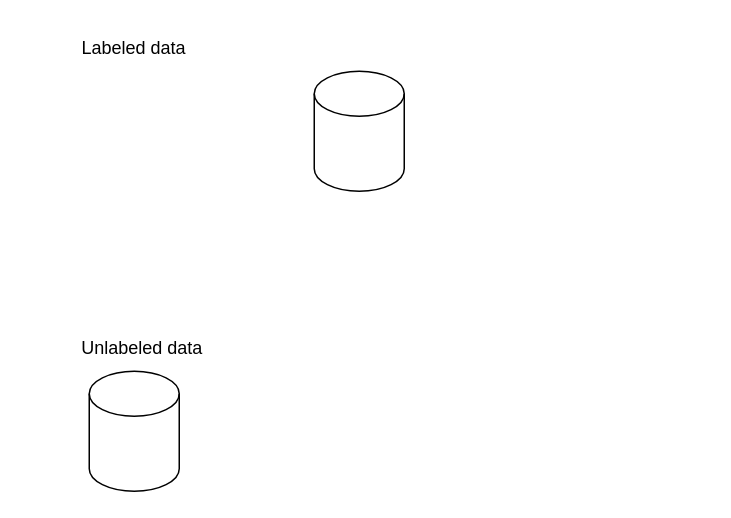
Earlier version of the draw.io diagram docs/Untitled Diagram.drawio (KamenDamov/IFT3710-Advanced-Project-in-ML-AI). Source tidied: cells renumbered, new cells numbered last; positions are measured from the earlier drawing's top-left corner, leaving out a move shared by most shapes. Both pictures are drawn from the tidied source at 150%, with x=0, y=0 at pixel (26, 26).
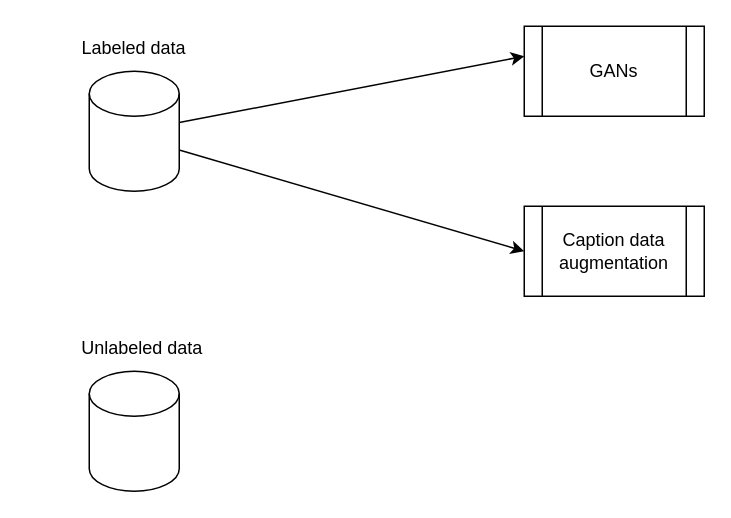
The same page after the edit.

The edit, as a diff of the source:
```diff
@@
 <mxGraphModel>
   <root>
     <mxCell id="0" />
     <mxCell id="1" parent="0" />
     <mxCell id="2" style="shape=cylinder3;whiteSpace=wrap;html=1;boundedLbl=1;backgroundOutline=1;size=15;" parent="1" vertex="1">
-      <mxGeometry x="192" y="30" width="60" height="80" as="geometry" />
+      <mxGeometry x="42" y="30" width="60" height="80" as="geometry" />
     </mxCell>
     <mxCell id="3" style="shape=cylinder3;whiteSpace=wrap;html=1;boundedLbl=1;backgroundOutline=1;size=15;" parent="1" vertex="1">
       <mxGeometry x="42" y="230" width="60" height="80" as="geometry" />
     </mxCell>
     <mxCell id="4" value="Unlabe&lt;span style=&quot;background-color: transparent; color: light-dark(rgb(0, 0, 0), rgb(255, 255, 255));&quot;&gt;led data&lt;/span&gt;" style="text;html=1;align=center;verticalAlign=middle;whiteSpace=wrap;rounded=0;" parent="1" vertex="1">
       <mxGeometry x="-0.5" y="200" width="155" height="30" as="geometry" />
     </mxCell>
     <mxCell id="5" value="Labeled data" style="text;html=1;align=center;verticalAlign=middle;whiteSpace=wrap;rounded=0;" parent="1" vertex="1">
       <mxGeometry x="12" width="120" height="30" as="geometry" />
     </mxCell>
+    <mxCell id="6" style="endArrow=classic;html=1;rounded=0;" parent="1" edge="1" source="2">
+      <mxGeometry relative="1" as="geometry">
+        <mxPoint x="332" y="20" as="targetPoint" />
+      </mxGeometry>
+    </mxCell>
+    <mxCell id="7" style="endArrow=classic;html=1;rounded=0;exitX=1;exitY=0;exitDx=0;exitDy=52.5;exitPerimeter=0;" parent="1" edge="1" source="2">
+      <mxGeometry relative="1" as="geometry">
+        <mxPoint x="332" y="150" as="targetPoint" />
+      </mxGeometry>
+    </mxCell>
+    <mxCell id="8" value="GANs" style="shape=process;whiteSpace=wrap;html=1;backgroundOutline=1;" parent="1" vertex="1">
+      <mxGeometry x="332" width="120" height="60" as="geometry" />
+    </mxCell>
+    <mxCell id="9" value="Caption data augmentation" style="shape=process;whiteSpace=wrap;html=1;backgroundOutline=1;" parent="1" vertex="1">
+      <mxGeometry x="332" y="120" width="120" height="60" as="geometry" />
+    </mxCell>
   </root>
 </mxGraphModel>
```
